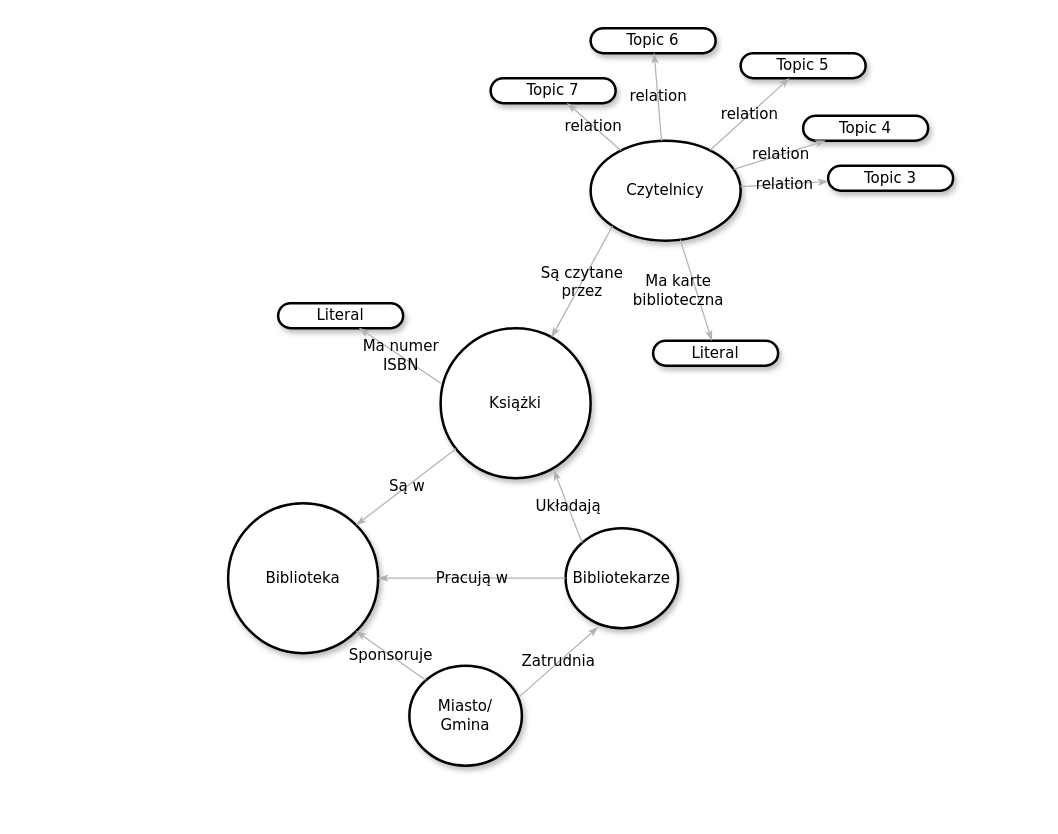
cocacolaja/Studia keeps this draw.io diagram as Zadanie1.drawio. Above is the earlier version. Source tidied: cells renumbered, new cells numbered last; positions are measured from the earlier drawing's top-left corner, leaving out a move shared by most shapes. Both pictures are drawn from the tidied source at 125%, with x=0, y=0 at pixel (228, 28).
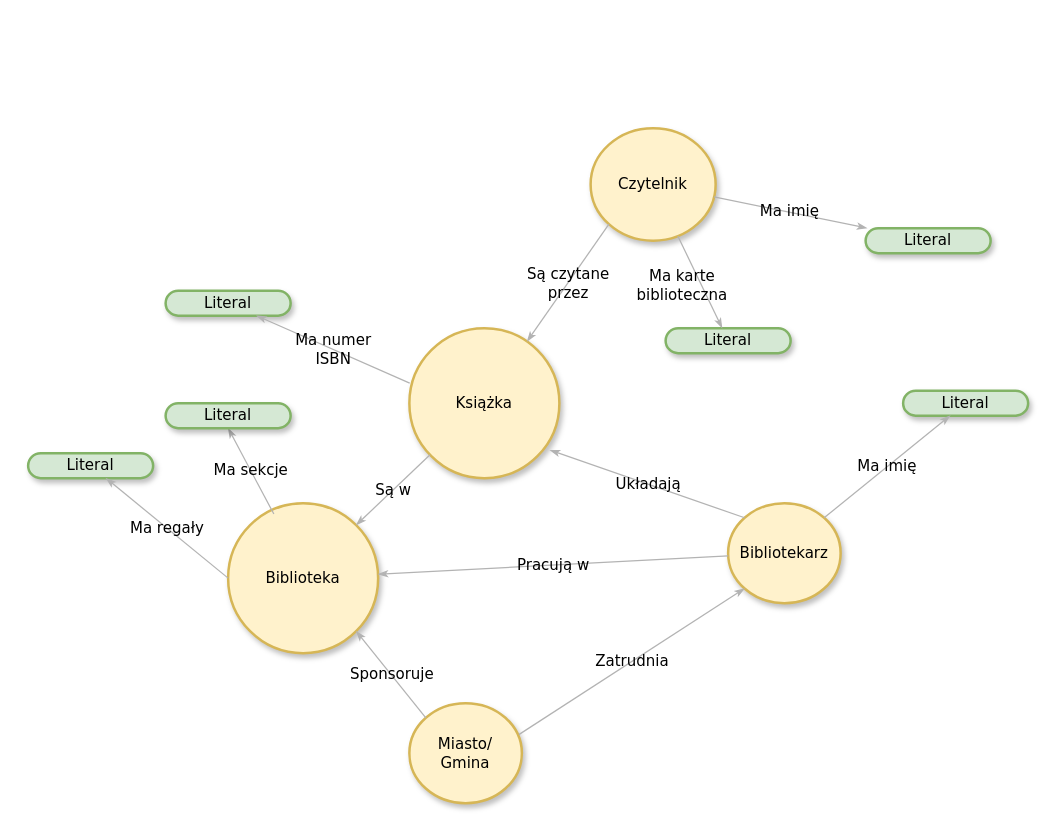
The same diagram, later.

The edit, as a diff of the source:
```diff
@@
-    <mxCell id="2" value="Czytelnicy" style="ellipse;whiteSpace=wrap;html=1;rounded=1;shadow=1;comic=0;labelBackgroundColor=none;strokeWidth=2;fontFamily=Verdana;fontSize=12;align=center;" parent="1" vertex="1">
-      <mxGeometry x="290" y="90" width="120" height="80" as="geometry" />
+    <mxCell id="2" value="Czytelnik" style="ellipse;whiteSpace=wrap;html=1;rounded=1;shadow=1;comic=0;labelBackgroundColor=none;strokeWidth=2;fontFamily=Verdana;fontSize=12;align=center;fillColor=#fff2cc;strokeColor=#d6b656;" parent="1" vertex="1">
+      <mxGeometry x="290" y="80" width="100" height="90" as="geometry" />
     </mxCell>
-    <mxCell id="3" value="Książki" style="ellipse;whiteSpace=wrap;html=1;rounded=1;shadow=1;comic=0;labelBackgroundColor=none;strokeWidth=2;fontFamily=Verdana;fontSize=12;align=center;" parent="1" vertex="1">
-      <mxGeometry x="170" y="240" width="120" height="120" as="geometry" />
+    <mxCell id="3" value="Książka" style="ellipse;whiteSpace=wrap;html=1;rounded=1;shadow=1;comic=0;labelBackgroundColor=none;strokeWidth=2;fontFamily=Verdana;fontSize=12;align=center;fillColor=#fff2cc;strokeColor=#d6b656;" parent="1" vertex="1">
+      <mxGeometry x="145" y="240" width="120" height="120" as="geometry" />
     </mxCell>
-    <mxCell id="4" value="Bibliotekarze" style="ellipse;whiteSpace=wrap;html=1;rounded=1;shadow=1;comic=0;labelBackgroundColor=none;strokeWidth=2;fontFamily=Verdana;fontSize=12;align=center;" parent="1" vertex="1">
-      <mxGeometry x="270" y="400" width="90" height="80" as="geometry" />
+    <mxCell id="4" value="Bibliotekarz" style="ellipse;whiteSpace=wrap;html=1;rounded=1;shadow=1;comic=0;labelBackgroundColor=none;strokeWidth=2;fontFamily=Verdana;fontSize=12;align=center;fillColor=#fff2cc;strokeColor=#d6b656;" parent="1" vertex="1">
+      <mxGeometry x="400" y="380" width="90" height="80" as="geometry" />
     </mxCell>
-    <mxCell id="5" value="Biblioteka" style="ellipse;whiteSpace=wrap;html=1;rounded=1;shadow=1;comic=0;labelBackgroundColor=none;strokeWidth=2;fontFamily=Verdana;fontSize=12;align=center;" parent="1" vertex="1">
+    <mxCell id="5" value="Biblioteka" style="ellipse;whiteSpace=wrap;html=1;rounded=1;shadow=1;comic=0;labelBackgroundColor=none;strokeWidth=2;fontFamily=Verdana;fontSize=12;align=center;fillColor=#fff2cc;strokeColor=#d6b656;" parent="1" vertex="1">
       <mxGeometry y="380" width="120" height="120" as="geometry" />
     </mxCell>
-    <mxCell id="6" value="&lt;span&gt;Topic 7&lt;/span&gt;" style="whiteSpace=wrap;html=1;rounded=1;shadow=1;comic=0;labelBackgroundColor=none;strokeWidth=2;fontFamily=Verdana;fontSize=12;align=center;arcSize=50;" parent="1" vertex="1">
-      <mxGeometry x="210" y="40" width="100" height="20" as="geometry" />
+    <mxCell id="6" value="&lt;span&gt;Literal&lt;/span&gt;" style="whiteSpace=wrap;html=1;rounded=1;shadow=1;comic=0;labelBackgroundColor=none;strokeWidth=2;fontFamily=Verdana;fontSize=12;align=center;arcSize=50;fillColor=#d5e8d4;strokeColor=#82b366;" parent="1" vertex="1">
+      <mxGeometry x="-160" y="340" width="100" height="20" as="geometry" />
     </mxCell>
-    <mxCell id="7" value="&lt;span&gt;Topic 6&lt;/span&gt;" style="whiteSpace=wrap;html=1;rounded=1;shadow=1;comic=0;labelBackgroundColor=none;strokeWidth=2;fontFamily=Verdana;fontSize=12;align=center;arcSize=50;" parent="1" vertex="1">
-      <mxGeometry x="290" width="100" height="20" as="geometry" />
-    </mxCell>
-    <mxCell id="8" value="&lt;span&gt;Topic 5&lt;/span&gt;" style="whiteSpace=wrap;html=1;rounded=1;shadow=1;comic=0;labelBackgroundColor=none;strokeWidth=2;fontFamily=Verdana;fontSize=12;align=center;arcSize=50;" parent="1" vertex="1">
-      <mxGeometry x="410" y="20" width="100" height="20" as="geometry" />
-    </mxCell>
-    <mxCell id="9" value="&lt;span&gt;Topic 4&lt;/span&gt;" style="whiteSpace=wrap;html=1;rounded=1;shadow=1;comic=0;labelBackgroundColor=none;strokeWidth=2;fontFamily=Verdana;fontSize=12;align=center;arcSize=50;" parent="1" vertex="1">
-      <mxGeometry x="460" y="70" width="100" height="20" as="geometry" />
+    <mxCell id="9" value="&lt;span&gt;Literal&lt;/span&gt;" style="whiteSpace=wrap;html=1;rounded=1;shadow=1;comic=0;labelBackgroundColor=none;strokeWidth=2;fontFamily=Verdana;fontSize=12;align=center;arcSize=50;fillColor=#d5e8d4;strokeColor=#82b366;" parent="1" vertex="1">
+      <mxGeometry x="540" y="290" width="100" height="20" as="geometry" />
     </mxCell>
-    <mxCell id="10" value="&lt;span&gt;Topic 3&lt;/span&gt;" style="whiteSpace=wrap;html=1;rounded=1;shadow=1;comic=0;labelBackgroundColor=none;strokeWidth=2;fontFamily=Verdana;fontSize=12;align=center;arcSize=50;" parent="1" vertex="1">
-      <mxGeometry x="480" y="110" width="100" height="20" as="geometry" />
+    <mxCell id="10" value="Literal" style="whiteSpace=wrap;html=1;rounded=1;shadow=1;comic=0;labelBackgroundColor=none;strokeWidth=2;fontFamily=Verdana;fontSize=12;align=center;arcSize=50;fillColor=#d5e8d4;strokeColor=#82b366;" parent="1" vertex="1">
+      <mxGeometry x="510" y="160" width="100" height="20" as="geometry" />
     </mxCell>
-    <mxCell id="11" value="&lt;span&gt;Literal&lt;/span&gt;" style="whiteSpace=wrap;html=1;rounded=1;shadow=1;comic=0;labelBackgroundColor=none;strokeWidth=2;fontFamily=Verdana;fontSize=12;align=center;arcSize=50;" parent="1" vertex="1">
-      <mxGeometry x="40" y="220" width="100" height="20" as="geometry" />
+    <mxCell id="11" value="&lt;span&gt;Literal&lt;/span&gt;" style="whiteSpace=wrap;html=1;rounded=1;shadow=1;comic=0;labelBackgroundColor=none;strokeWidth=2;fontFamily=Verdana;fontSize=12;align=center;arcSize=50;fillColor=#d5e8d4;strokeColor=#82b366;" parent="1" vertex="1">
+      <mxGeometry x="-50" y="210" width="100" height="20" as="geometry" />
     </mxCell>
-    <mxCell id="12" value="Literal" style="whiteSpace=wrap;html=1;rounded=1;shadow=1;comic=0;labelBackgroundColor=none;strokeWidth=2;fontFamily=Verdana;fontSize=12;align=center;arcSize=50;" parent="1" vertex="1">
-      <mxGeometry x="340" y="250" width="100" height="20" as="geometry" />
+    <mxCell id="12" value="Literal" style="whiteSpace=wrap;html=1;rounded=1;shadow=1;comic=0;labelBackgroundColor=none;strokeWidth=2;fontFamily=Verdana;fontSize=12;align=center;arcSize=50;fillColor=#d5e8d4;strokeColor=#82b366;" parent="1" vertex="1">
+      <mxGeometry x="350" y="240" width="100" height="20" as="geometry" />
     </mxCell>
@@
-    <mxCell id="14" value="Układają" style="edgeStyle=none;rounded=1;html=1;labelBackgroundColor=none;startArrow=none;startFill=0;startSize=5;endArrow=classicThin;endFill=1;endSize=5;jettySize=auto;strokeColor=#B3B3B3;strokeWidth=1;fontFamily=Verdana;fontSize=12;exitX=0;exitY=0;exitDx=0;exitDy=0;entryX=0.755;entryY=0.947;entryDx=0;entryDy=0;entryPerimeter=0;" parent="1" edge="1" source="4" target="3">
+    <mxCell id="14" value="Układają" style="edgeStyle=none;rounded=1;html=1;labelBackgroundColor=none;startArrow=none;startFill=0;startSize=5;endArrow=classicThin;endFill=1;endSize=5;jettySize=auto;strokeColor=#B3B3B3;strokeWidth=1;fontFamily=Verdana;fontSize=12;exitX=0;exitY=0;exitDx=0;exitDy=0;entryX=0.937;entryY=0.813;entryDx=0;entryDy=0;entryPerimeter=0;" parent="1" edge="1" source="4" target="3">
       <mxGeometry relative="1" as="geometry" />
     </mxCell>
@@
-    <mxCell id="18" value="relation" style="edgeStyle=none;rounded=1;html=1;labelBackgroundColor=none;startArrow=none;startFill=0;startSize=5;endArrow=classicThin;endFill=1;endSize=5;jettySize=auto;strokeColor=#B3B3B3;strokeWidth=1;fontFamily=Verdana;fontSize=12;" parent="1" edge="1" source="2" target="10">
+    <mxCell id="18" value="Ma imię" style="edgeStyle=none;rounded=1;html=1;labelBackgroundColor=none;startArrow=none;startFill=0;startSize=5;endArrow=classicThin;endFill=1;endSize=5;jettySize=auto;strokeColor=#B3B3B3;strokeWidth=1;fontFamily=Verdana;fontSize=12;" parent="1" edge="1" source="2" target="10">
       <mxGeometry relative="1" as="geometry" />
     </mxCell>
-    <mxCell id="19" value="relation" style="edgeStyle=none;rounded=1;html=1;labelBackgroundColor=none;startArrow=none;startFill=0;startSize=5;endArrow=classicThin;endFill=1;endSize=5;jettySize=auto;strokeColor=#B3B3B3;strokeWidth=1;fontFamily=Verdana;fontSize=12;" parent="1" edge="1" source="2" target="9">
+    <mxCell id="19" value="Ma imię" style="edgeStyle=none;rounded=1;html=1;labelBackgroundColor=none;startArrow=none;startFill=0;startSize=5;endArrow=classicThin;endFill=1;endSize=5;jettySize=auto;strokeColor=#B3B3B3;strokeWidth=1;fontFamily=Verdana;fontSize=12;exitX=1;exitY=0;exitDx=0;exitDy=0;" parent="1" edge="1" source="4" target="9">
       <mxGeometry relative="1" as="geometry" />
     </mxCell>
-    <mxCell id="20" value="relation" style="edgeStyle=none;rounded=1;html=1;labelBackgroundColor=none;startArrow=none;startFill=0;startSize=5;endArrow=classicThin;endFill=1;endSize=5;jettySize=auto;strokeColor=#B3B3B3;strokeWidth=1;fontFamily=Verdana;fontSize=12;" parent="1" edge="1" source="2" target="8">
-      <mxGeometry relative="1" as="geometry" />
-    </mxCell>
-    <mxCell id="21" value="relation" style="edgeStyle=none;rounded=1;html=1;labelBackgroundColor=none;startArrow=none;startFill=0;startSize=5;endArrow=classicThin;endFill=1;endSize=5;jettySize=auto;strokeColor=#B3B3B3;strokeWidth=1;fontFamily=Verdana;fontSize=12;" parent="1" edge="1" source="2" target="7">
-      <mxGeometry relative="1" as="geometry" />
-    </mxCell>
-    <mxCell id="22" value="relation" style="edgeStyle=none;rounded=1;html=1;labelBackgroundColor=none;startArrow=none;startFill=0;startSize=5;endArrow=classicThin;endFill=1;endSize=5;jettySize=auto;strokeColor=#B3B3B3;strokeWidth=1;fontFamily=Verdana;fontSize=12;" parent="1" edge="1" source="2" target="6">
+    <mxCell id="22" value="Ma regały" style="edgeStyle=none;rounded=1;html=1;labelBackgroundColor=none;startArrow=none;startFill=0;startSize=5;endArrow=classicThin;endFill=1;endSize=5;jettySize=auto;strokeColor=#B3B3B3;strokeWidth=1;fontFamily=Verdana;fontSize=12;exitX=0;exitY=0.5;exitDx=0;exitDy=0;" parent="1" edge="1" source="5" target="6">
       <mxGeometry relative="1" as="geometry" />
     </mxCell>
-    <mxCell id="23" value="&lt;span&gt;Miasto/&lt;/span&gt;&lt;div&gt;&lt;span&gt;Gmina&lt;/span&gt;&lt;/div&gt;" style="ellipse;whiteSpace=wrap;html=1;rounded=1;shadow=1;comic=0;labelBackgroundColor=none;strokeWidth=2;fontFamily=Verdana;fontSize=12;align=center;" parent="1" vertex="1">
-      <mxGeometry x="145" y="510" width="90" height="80" as="geometry" />
+    <mxCell id="23" value="&lt;span&gt;Miasto/&lt;/span&gt;&lt;div&gt;&lt;span&gt;Gmina&lt;/span&gt;&lt;/div&gt;" style="ellipse;whiteSpace=wrap;html=1;rounded=1;shadow=1;comic=0;labelBackgroundColor=none;strokeWidth=2;fontFamily=Verdana;fontSize=12;align=center;fillColor=#fff2cc;strokeColor=#d6b656;" parent="1" vertex="1">
+      <mxGeometry x="145" y="540" width="90" height="80" as="geometry" />
     </mxCell>
@@
-    <mxCell id="25" value="Zatrudnia" style="edgeStyle=none;rounded=1;html=1;labelBackgroundColor=none;startArrow=none;startFill=0;startSize=5;endArrow=classicThin;endFill=1;endSize=5;jettySize=auto;strokeColor=#B3B3B3;strokeWidth=1;fontFamily=Verdana;fontSize=12;exitX=0.973;exitY=0.315;exitDx=0;exitDy=0;exitPerimeter=0;entryX=0.288;entryY=0.99;entryDx=0;entryDy=0;entryPerimeter=0;" parent="1" edge="1" source="23" target="4">
+    <mxCell id="25" value="Zatrudnia" style="edgeStyle=none;rounded=1;html=1;labelBackgroundColor=none;startArrow=none;startFill=0;startSize=5;endArrow=classicThin;endFill=1;endSize=5;jettySize=auto;strokeColor=#B3B3B3;strokeWidth=1;fontFamily=Verdana;fontSize=12;exitX=0.973;exitY=0.315;exitDx=0;exitDy=0;exitPerimeter=0;entryX=0;entryY=1;entryDx=0;entryDy=0;" parent="1" edge="1" source="23" target="4">
       <mxGeometry relative="1" as="geometry" />
     </mxCell>
@@
+    <mxCell id="27" value="Ma sekcje" style="edgeStyle=none;rounded=1;html=1;labelBackgroundColor=none;startArrow=none;startFill=0;startSize=5;endArrow=classicThin;endFill=1;endSize=5;jettySize=auto;strokeColor=#B3B3B3;strokeWidth=1;fontFamily=Verdana;fontSize=12;exitX=0.305;exitY=0.073;exitDx=0;exitDy=0;exitPerimeter=0;entryX=0.5;entryY=1;entryDx=0;entryDy=0;" parent="1" edge="1" source="5" target="28">
+      <mxGeometry relative="1" as="geometry" />
+    </mxCell>
+    <mxCell id="28" value="&lt;span&gt;Literal&lt;/span&gt;" style="whiteSpace=wrap;html=1;rounded=1;shadow=1;comic=0;labelBackgroundColor=none;strokeWidth=2;fontFamily=Verdana;fontSize=12;align=center;arcSize=50;fillColor=#d5e8d4;strokeColor=#82b366;" parent="1" vertex="1">
+      <mxGeometry x="-50" y="300" width="100" height="20" as="geometry" />
+    </mxCell>
```
